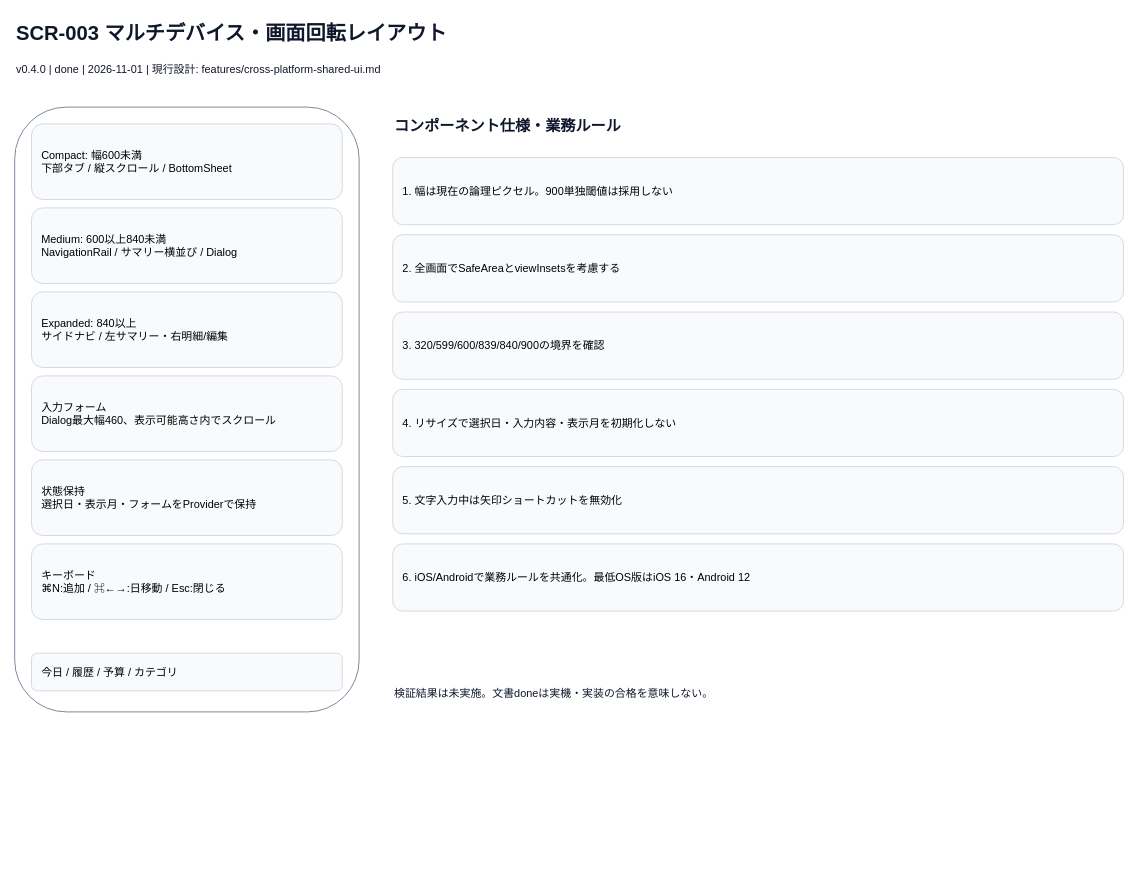
This is page "マルチデバイス・画面回転レイアウト" (3 of 8) of docs/spec/screens.drawio from tombee-studio/self-management-app, a draw.io file, before an edit. Source tidied: cells renumbered, new cells numbered last; positions are measured from the earlier drawing's top-left corner, leaving out a move shared by most shapes. Both pictures are drawn from the tidied source at 84%, with x=0, y=0 at pixel (14, 14).
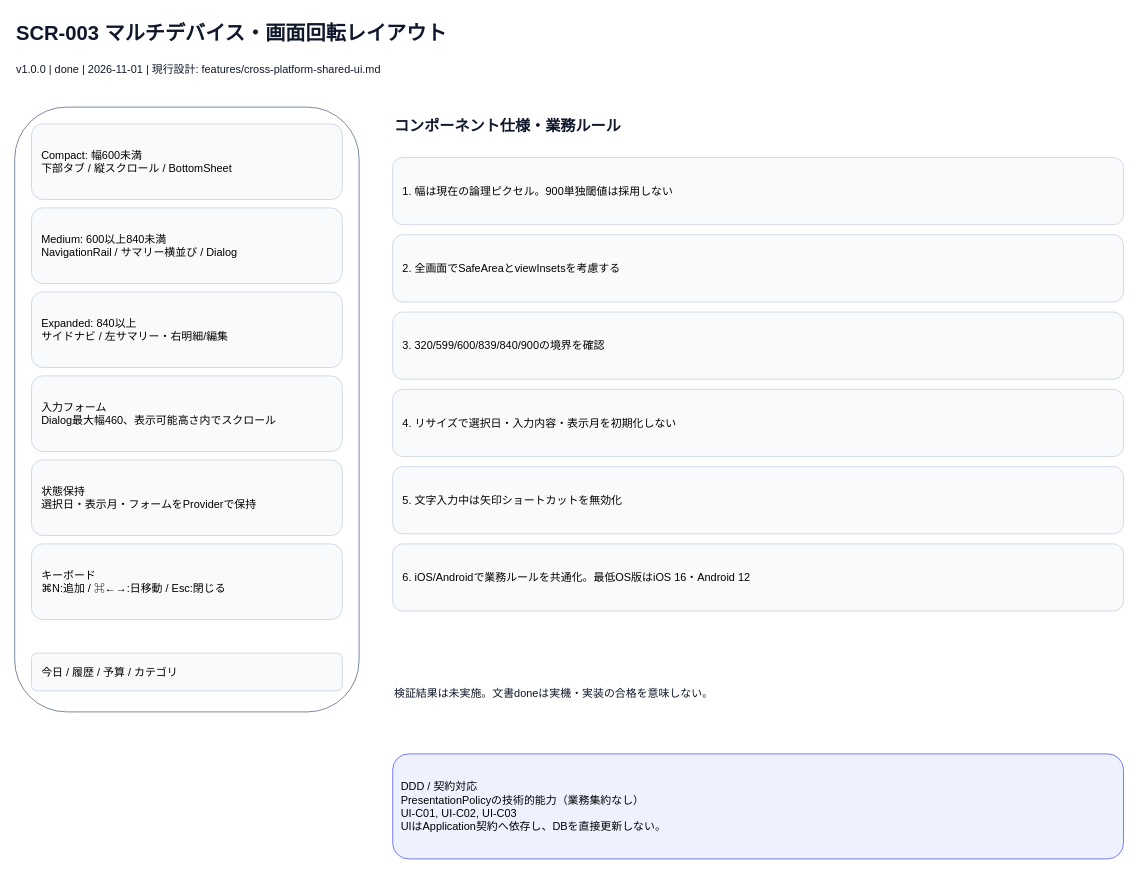
The same page after the edit.

The edit, as a diff of the source:
```diff
@@
-    <mxCell id="3" value="v0.4.0 | done | 2026-11-01 | 現行設計: features/cross-platform-shared-ui.md" style="text;html=0;align=left;verticalAlign=middle;whiteSpace=wrap;overflow=hidden;fontSize=13;fontColor=#0F172A;" parent="1" vertex="1">
+    <mxCell id="3" value="v1.0.0 | done | 2026-11-01 | 現行設計: features/cross-platform-shared-ui.md" style="text;html=0;align=left;verticalAlign=middle;whiteSpace=wrap;overflow=hidden;fontSize=13;fontColor=#0F172A;" parent="1" vertex="1">
       <mxGeometry y="50" width="1300" height="30" as="geometry" />
     </mxCell>
@@
+    <mxCell id="20" value="DDD / 契約対応&#10;PresentationPolicyの技術的能力（業務集約なし）&#10;UI-C01, UI-C02, UI-C03&#10;UIはApplication契約へ依存し、DBを直接更新しない。" style="rounded=1;whiteSpace=wrap;html=0;fillColor=#EEF2FF;strokeColor=#6366F1;align=left;spacing=10;fontSize=13;" parent="1" vertex="1">
+      <mxGeometry x="450" y="880" width="870" height="125" as="geometry" />
+    </mxCell>
```
